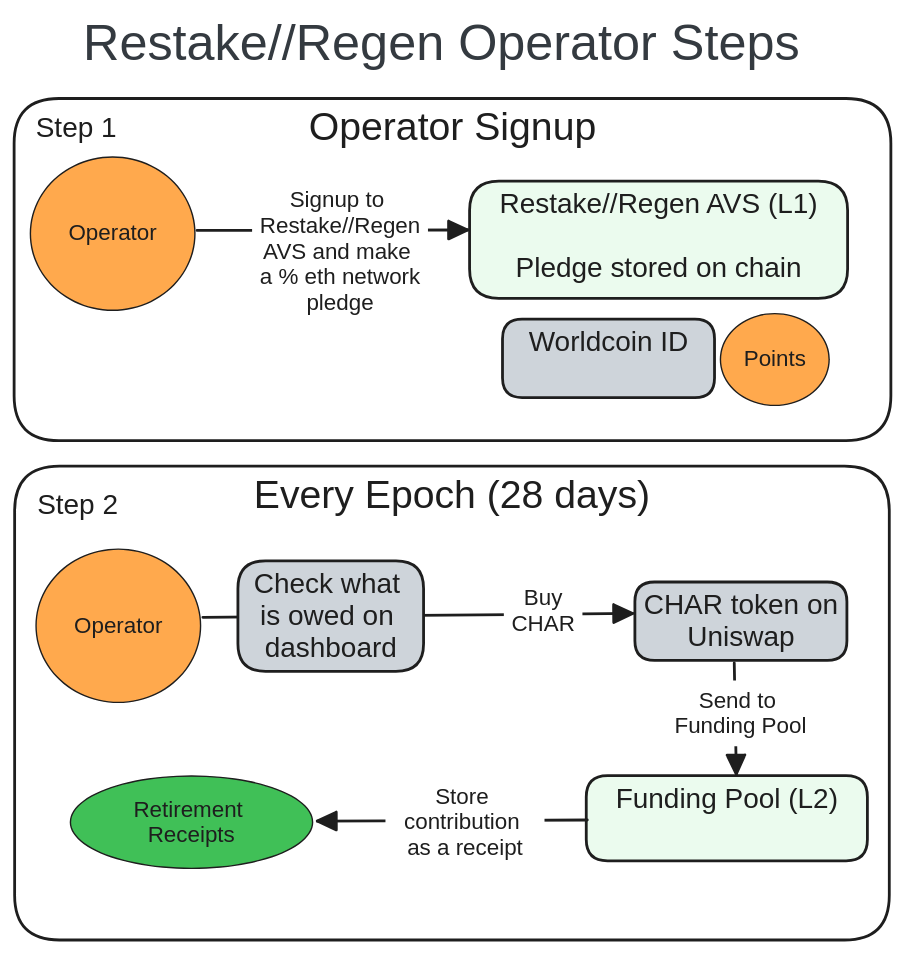
willemolding/Restake-Regen keeps this Excalidraw diagram as assets/figures/operator_flow_diagram.excalidraw.svg. Above is the earlier version. Source tidied: one line per element, renumbered; positions are measured from the earlier drawing's top-left corner, leaving out a move shared by most shapes. The source it was exported from:
```json
{"id": 0, "type": "rectangle", "strokeColor": "#1e1e1e", "strokeWidth": 2, "roughness": 0, "round": true, "x": 0, "y": 323, "width": 625, "height": 339}
{"id": 1, "type": "text", "text": "Every Epoch (28 days)", "strokeColor": "#1e1e1e", "strokeWidth": 2, "roughness": 0, "fontSize": 28, "fontFamily": 2, "textAlign": "center", "inside": 0, "x": 171, "y": 328, "width": 283, "height": 32}
{"id": 2, "type": "rectangle", "strokeColor": "#1e1e1e", "strokeWidth": 2, "roughness": 0, "round": true, "x": 0, "y": 60, "width": 627, "height": 244}
{"id": 3, "type": "text", "text": "Operator Signup", "strokeColor": "#1e1e1e", "strokeWidth": 2, "roughness": 0, "fontSize": 28, "fontFamily": 2, "textAlign": "center", "inside": 2, "x": 211, "y": 65, "width": 205, "height": 32}
{"id": 4, "type": "ellipse", "strokeColor": "#1e1e1e", "backgroundColor": "#ffa94d", "fillStyle": "solid", "strokeWidth": 1, "roughness": 0, "x": 12, "y": 102, "width": 118, "height": 110}
{"id": 5, "type": "text", "text": "Operator", "strokeColor": "#1e1e1e", "strokeWidth": 1, "roughness": 0, "fontSize": 16, "fontFamily": 2, "textAlign": "center", "verticalAlign": "middle", "inside": 4, "x": 39, "y": 148, "width": 63, "height": 18}
{"id": 6, "type": "rectangle", "strokeColor": "#1e1e1e", "backgroundColor": "#ebfbee", "fillStyle": "solid", "strokeWidth": 2, "roughness": 0, "round": true, "x": 325, "y": 119, "width": 270, "height": 84}
{"id": 7, "type": "text", "text": "Restake//Regen AVS (L1)\n\nPledge stored on chain", "strokeColor": "#1e1e1e", "strokeWidth": 2, "roughness": 0, "fontSize": 20, "fontFamily": 2, "textAlign": "center", "inside": 6, "x": 346, "y": 124, "width": 229, "height": 69}
{"id": 8, "type": "arrow", "strokeColor": "#1e1e1e", "strokeWidth": 2, "roughness": 0, "endArrowhead": "triangle", "round": true, "from": 4, "to": 6, "x": 131, "y": 155, "width": 193, "height": 0, "points": [[0, 0], [193, 0]]}
{"id": 9, "type": "rectangle", "strokeColor": "transparent", "backgroundColor": "#ffffff", "fillStyle": "solid", "strokeWidth": 1, "roughness": 0, "x": 170, "y": 119, "width": 126, "height": 102}
{"id": 10, "type": "text", "text": "Signup to \nRestake//Regen\nAVS and make \na % eth network\npledge", "strokeColor": "#1e1e1e", "backgroundColor": "#ffffff", "fillStyle": "solid", "strokeWidth": 1, "roughness": 0, "fontSize": 16, "fontFamily": 2, "textAlign": "center", "verticalAlign": "middle", "inside": 9, "x": 176, "y": 124, "width": 115, "height": 92}
{"id": 11, "type": "rectangle", "strokeColor": "#1e1e1e", "backgroundColor": "#ced4da", "fillStyle": "solid", "strokeWidth": 2, "roughness": 0, "round": true, "x": 444, "y": 406, "width": 152, "height": 56}
{"id": 12, "type": "text", "text": "CHAR token on\nUniswap", "strokeColor": "#1e1e1e", "strokeWidth": 2, "roughness": 0, "fontSize": 20, "fontFamily": 2, "textAlign": "center", "inside": 11, "x": 450, "y": 411, "width": 139, "height": 46}
{"id": 13, "type": "ellipse", "strokeColor": "#1e1e1e", "backgroundColor": "#ffa94d", "fillStyle": "solid", "strokeWidth": 1, "roughness": 0, "x": 16, "y": 382, "width": 118, "height": 110}
{"id": 14, "type": "text", "text": "Operator", "strokeColor": "#1e1e1e", "strokeWidth": 1, "roughness": 0, "fontSize": 16, "fontFamily": 2, "textAlign": "center", "verticalAlign": "middle", "inside": 13, "x": 43, "y": 428, "width": 63, "height": 18}
{"id": 15, "type": "rectangle", "strokeColor": "#1e1e1e", "backgroundColor": "#ebfbee", "fillStyle": "solid", "strokeWidth": 2, "roughness": 0, "round": true, "x": 409, "y": 544, "width": 201, "height": 61}
{"id": 16, "type": "text", "text": "Funding Pool (L2)", "strokeColor": "#1e1e1e", "strokeWidth": 2, "roughness": 0, "fontSize": 20, "fontFamily": 2, "textAlign": "center", "inside": 15, "x": 430, "y": 549, "width": 159, "height": 23}
{"id": 17, "type": "ellipse", "strokeColor": "#1e1e1e", "backgroundColor": "#40c057", "fillStyle": "solid", "strokeWidth": 1, "roughness": 0, "x": 40, "y": 545, "width": 173, "height": 66}
{"id": 18, "type": "text", "text": "Retirement \nReceipts", "strokeColor": "#1e1e1e", "strokeWidth": 1, "roughness": 0, "fontSize": 16, "fontFamily": 2, "textAlign": "center", "verticalAlign": "middle", "inside": 17, "x": 85, "y": 559, "width": 83, "height": 37}
{"id": 19, "type": "text", "text": "Restake//Regen Operator Steps", "strokeColor": "#343a40", "backgroundColor": "#ced4da", "fillStyle": "solid", "strokeWidth": 1, "roughness": 0, "fontSize": 36, "fontFamily": 2, "textAlign": "center", "x": 49, "y": 0, "width": 512, "height": 41}
{"id": 20, "type": "arrow", "strokeColor": "#1e1e1e", "strokeWidth": 2, "roughness": 0, "endArrowhead": "triangle", "round": true, "from": 13, "to": 11, "x": 135, "y": 431, "width": 307, "height": 3, "points": [[0, 0], [307, -3]]}
{"id": 21, "type": "rectangle", "strokeColor": "transparent", "backgroundColor": "#ffffff", "fillStyle": "solid", "strokeWidth": 1, "roughness": 0, "x": 350, "y": 394, "width": 56, "height": 66}
{"id": 22, "type": "text", "text": "Buy\nCHAR", "strokeColor": "#1e1e1e", "backgroundColor": "#ffffff", "fillStyle": "solid", "strokeWidth": 1, "roughness": 0, "fontSize": 16, "fontFamily": 2, "textAlign": "center", "verticalAlign": "middle", "inside": 21, "x": 355, "y": 408, "width": 45, "height": 37}
{"id": 23, "type": "arrow", "strokeColor": "#1e1e1e", "strokeWidth": 2, "roughness": 0, "endArrowhead": "triangle", "round": true, "from": 24, "to": 15, "x": 515, "y": 464, "width": 1, "height": 79, "points": [[0, 0], [1, 79]]}
{"id": 24, "type": "rectangle", "strokeColor": "transparent", "backgroundColor": "#ffffff", "fillStyle": "solid", "strokeWidth": 1, "roughness": 0, "x": 462, "y": 476, "width": 114, "height": 47}
{"id": 25, "type": "text", "text": "Send to \nFunding Pool", "strokeColor": "#1e1e1e", "backgroundColor": "#ffffff", "fillStyle": "solid", "strokeWidth": 1, "roughness": 0, "fontSize": 16, "fontFamily": 2, "textAlign": "center", "verticalAlign": "middle", "inside": 24, "x": 472, "y": 481, "width": 94, "height": 37}
{"id": 26, "type": "text", "text": "Step 1", "strokeColor": "#1e1e1e", "backgroundColor": "#ffc9c9", "fillStyle": "solid", "strokeWidth": 2, "roughness": 0, "fontSize": 20, "fontFamily": 2, "x": 15, "y": 70, "width": 58, "height": 23}
{"id": 27, "type": "text", "text": "Step 2", "strokeColor": "#1e1e1e", "backgroundColor": "#ffc9c9", "fillStyle": "solid", "strokeWidth": 2, "roughness": 0, "fontSize": 20, "fontFamily": 2, "x": 16, "y": 339, "width": 58, "height": 23}
{"id": 28, "type": "rectangle", "strokeColor": "#1e1e1e", "backgroundColor": "#ced4da", "fillStyle": "solid", "strokeWidth": 2, "roughness": 0, "round": true, "x": 160, "y": 391, "width": 133, "height": 79}
{"id": 29, "type": "text", "text": "Check what \nis owed on \ndashboard", "strokeColor": "#1e1e1e", "strokeWidth": 2, "roughness": 0, "fontSize": 20, "fontFamily": 2, "textAlign": "center", "inside": 28, "x": 171, "y": 396, "width": 110, "height": 69}
{"id": 30, "type": "arrow", "strokeColor": "#1e1e1e", "strokeWidth": 2, "roughness": 0, "endArrowhead": "triangle", "round": true, "to": 17, "x": 410, "y": 576, "width": 193, "height": 1, "points": [[0, 0], [-193, 1]]}
{"id": 31, "type": "rectangle", "strokeColor": "transparent", "backgroundColor": "#ffffff", "fillStyle": "solid", "strokeWidth": 1, "roughness": 0, "x": 265, "y": 545, "width": 114, "height": 66}
{"id": 32, "type": "text", "text": "Store \ncontribution \nas a receipt", "strokeColor": "#1e1e1e", "backgroundColor": "#ffffff", "fillStyle": "solid", "strokeWidth": 1, "roughness": 0, "fontSize": 16, "fontFamily": 2, "textAlign": "center", "verticalAlign": "middle", "inside": 31, "x": 279, "y": 550, "width": 87, "height": 55}
{"id": 33, "type": "rectangle", "strokeColor": "#1e1e1e", "backgroundColor": "#ced4da", "fillStyle": "solid", "strokeWidth": 2, "roughness": 0, "round": true, "x": 349, "y": 218, "width": 152, "height": 56}
{"id": 34, "type": "text", "text": "Worldcoin ID", "strokeColor": "#1e1e1e", "strokeWidth": 2, "roughness": 0, "fontSize": 20, "fontFamily": 2, "textAlign": "center", "inside": 33, "x": 368, "y": 223, "width": 114, "height": 23}
{"id": 35, "type": "ellipse", "strokeColor": "#1e1e1e", "backgroundColor": "#ffa94d", "fillStyle": "solid", "strokeWidth": 1, "roughness": 0, "x": 505, "y": 214, "width": 78, "height": 66}
{"id": 36, "type": "text", "text": "Points", "strokeColor": "#1e1e1e", "strokeWidth": 1, "roughness": 0, "fontSize": 16, "fontFamily": 2, "textAlign": "center", "verticalAlign": "middle", "inside": 35, "x": 521, "y": 238, "width": 44, "height": 18}
```
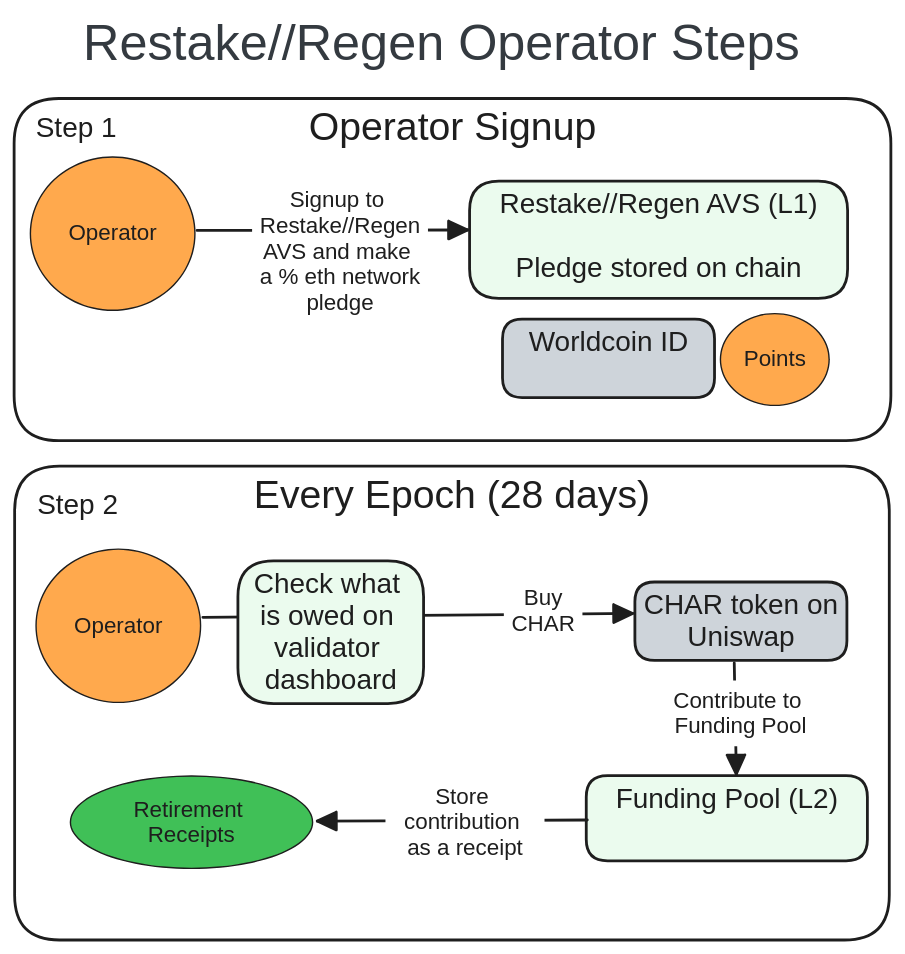
After the change.

Change to the diagram source:
```diff
@@ -23,11 +23,11 @@
 {"id": 22, "type": "text", "text": "Buy\nCHAR", "strokeColor": "#1e1e1e", "backgroundColor": "#ffffff", "fillStyle": "solid", "strokeWidth": 1, "roughness": 0, "fontSize": 16, "fontFamily": 2, "textAlign": "center", "verticalAlign": "middle", "inside": 21, "x": 355, "y": 408, "width": 45, "height": 37}
 {"id": 23, "type": "arrow", "strokeColor": "#1e1e1e", "strokeWidth": 2, "roughness": 0, "endArrowhead": "triangle", "round": true, "from": 24, "to": 15, "x": 515, "y": 464, "width": 1, "height": 79, "points": [[0, 0], [1, 79]]}
 {"id": 24, "type": "rectangle", "strokeColor": "transparent", "backgroundColor": "#ffffff", "fillStyle": "solid", "strokeWidth": 1, "roughness": 0, "x": 462, "y": 476, "width": 114, "height": 47}
-{"id": 25, "type": "text", "text": "Send to \nFunding Pool", "strokeColor": "#1e1e1e", "backgroundColor": "#ffffff", "fillStyle": "solid", "strokeWidth": 1, "roughness": 0, "fontSize": 16, "fontFamily": 2, "textAlign": "center", "verticalAlign": "middle", "inside": 24, "x": 472, "y": 481, "width": 94, "height": 37}
+{"id": 25, "type": "text", "text": "Contribute to \nFunding Pool", "strokeColor": "#1e1e1e", "backgroundColor": "#ffffff", "fillStyle": "solid", "strokeWidth": 1, "roughness": 0, "fontSize": 16, "fontFamily": 2, "textAlign": "center", "verticalAlign": "middle", "inside": 24, "x": 471, "y": 481, "width": 96, "height": 37}
 {"id": 26, "type": "text", "text": "Step 1", "strokeColor": "#1e1e1e", "backgroundColor": "#ffc9c9", "fillStyle": "solid", "strokeWidth": 2, "roughness": 0, "fontSize": 20, "fontFamily": 2, "x": 15, "y": 70, "width": 58, "height": 23}
 {"id": 27, "type": "text", "text": "Step 2", "strokeColor": "#1e1e1e", "backgroundColor": "#ffc9c9", "fillStyle": "solid", "strokeWidth": 2, "roughness": 0, "fontSize": 20, "fontFamily": 2, "x": 16, "y": 339, "width": 58, "height": 23}
-{"id": 28, "type": "rectangle", "strokeColor": "#1e1e1e", "backgroundColor": "#ced4da", "fillStyle": "solid", "strokeWidth": 2, "roughness": 0, "round": true, "x": 160, "y": 391, "width": 133, "height": 79}
+{"id": 28, "type": "rectangle", "strokeColor": "#1e1e1e", "backgroundColor": "#ebfbee", "fillStyle": "solid", "strokeWidth": 2, "roughness": 0, "round": true, "x": 160, "y": 391, "width": 133, "height": 102}
-{"id": 29, "type": "text", "text": "Check what \nis owed on \ndashboard", "strokeColor": "#1e1e1e", "strokeWidth": 2, "roughness": 0, "fontSize": 20, "fontFamily": 2, "textAlign": "center", "inside": 28, "x": 171, "y": 396, "width": 110, "height": 69}
+{"id": 29, "type": "text", "text": "Check what \nis owed on \nvalidator \ndashboard", "strokeColor": "#1e1e1e", "strokeWidth": 2, "roughness": 0, "fontSize": 20, "fontFamily": 2, "textAlign": "center", "inside": 28, "x": 171, "y": 396, "width": 110, "height": 92}
 {"id": 30, "type": "arrow", "strokeColor": "#1e1e1e", "strokeWidth": 2, "roughness": 0, "endArrowhead": "triangle", "round": true, "to": 17, "x": 410, "y": 576, "width": 193, "height": 1, "points": [[0, 0], [-193, 1]]}
 {"id": 31, "type": "rectangle", "strokeColor": "transparent", "backgroundColor": "#ffffff", "fillStyle": "solid", "strokeWidth": 1, "roughness": 0, "x": 265, "y": 545, "width": 114, "height": 66}
 {"id": 32, "type": "text", "text": "Store \ncontribution \nas a receipt", "strokeColor": "#1e1e1e", "backgroundColor": "#ffffff", "fillStyle": "solid", "strokeWidth": 1, "roughness": 0, "fontSize": 16, "fontFamily": 2, "textAlign": "center", "verticalAlign": "middle", "inside": 31, "x": 279, "y": 550, "width": 87, "height": 55}
```
